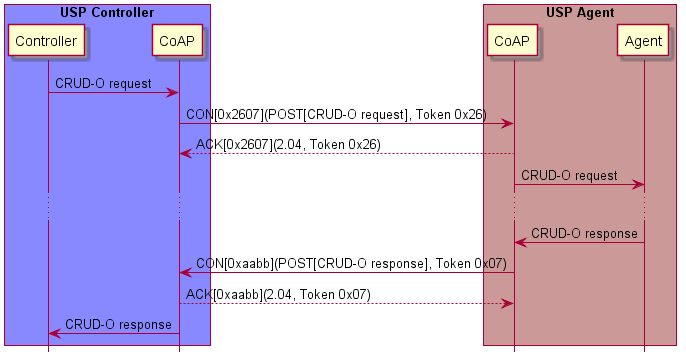
BroadbandForum/usp keeps this PlantUML diagram as specification/mtp/coap/usp-request-response-over-coap.png. Above is the earlier version.
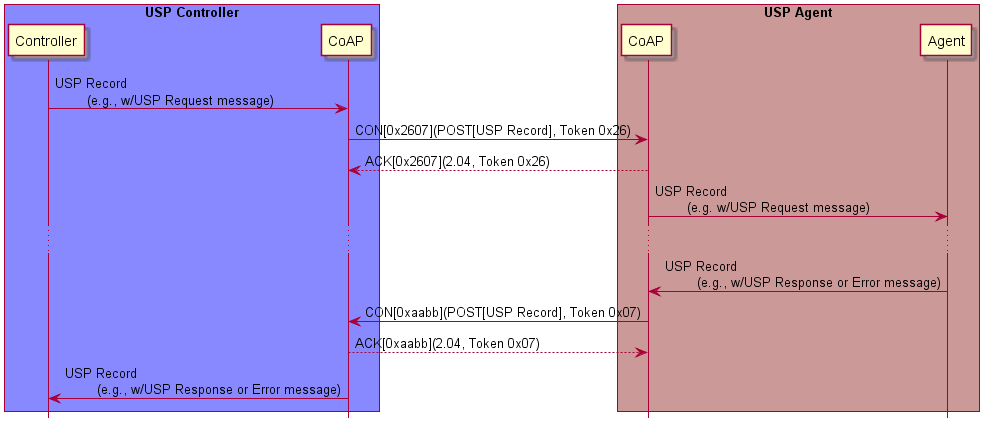
After the change.

Change to the diagram source:
```diff
@@ -16,14 +16,14 @@
 
 end box
 
-C->CC : CRUD-O request
-CC->CA: CON[0x2607](POST[CRUD-O request], Token 0x26)
+C->CC : USP Record\n\t(e.g., w/USP Request message)
+CC->CA: CON[0x2607](POST[USP Record], Token 0x26)
 CC<--CA: ACK[0x2607](2.04, Token 0x26)
-CA->A : CRUD-O request
+CA->A : USP Record\n\t(e.g. w/USP Request message)
 ...
-CA<-A: CRUD-O response
-CC<-CA: CON[0xaabb](POST[CRUD-O response], Token 0x07)
+CA<-A: USP Record\n\t(e.g., w/USP Response or Error message)
+CC<-CA: CON[0xaabb](POST[USP Record], Token 0x07)
 CC-->CA: ACK[0xaabb](2.04, Token 0x07)
-C<-CC: CRUD-O response
+C<-CC: USP Record\n\t(e.g., w/USP Response or Error message)
 
 @enduml
```
